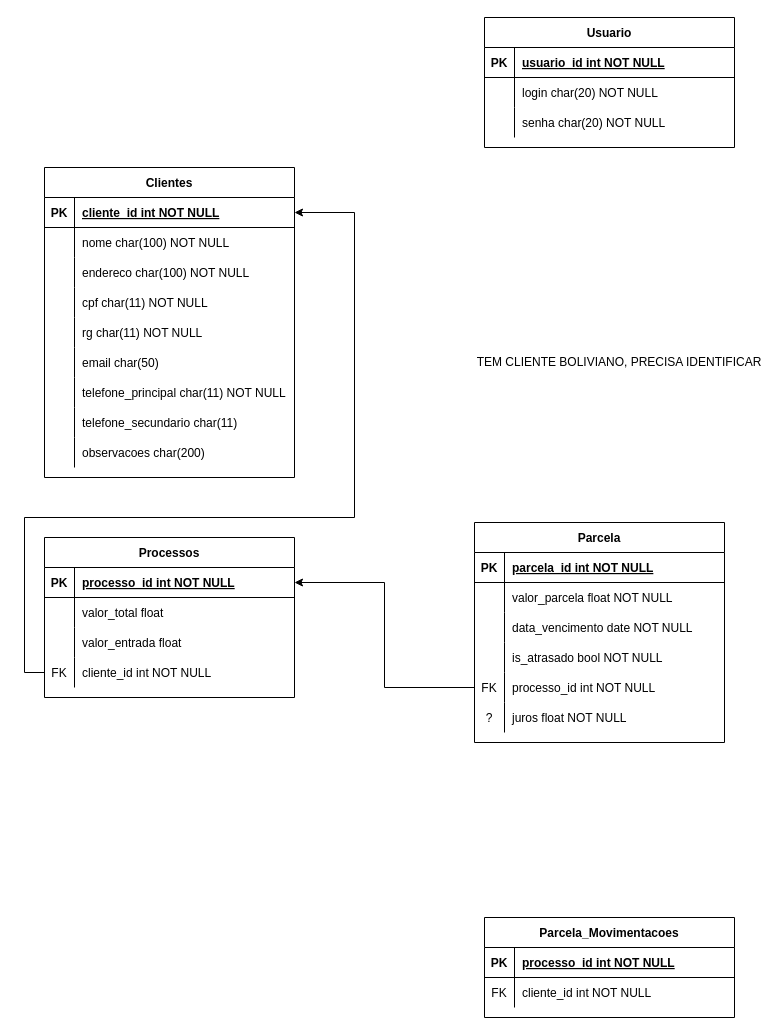
Before: flask/app/docs/db/DB.drawio in lamfsantos/controle-financeiro, a draw.io diagram. Source tidied: cells renumbered, new cells numbered last; positions are measured from the earlier drawing's top-left corner, leaving out a move shared by most shapes. Both pictures are drawn from the tidied source at 100%, with x=0, y=0 at pixel (24, 17).
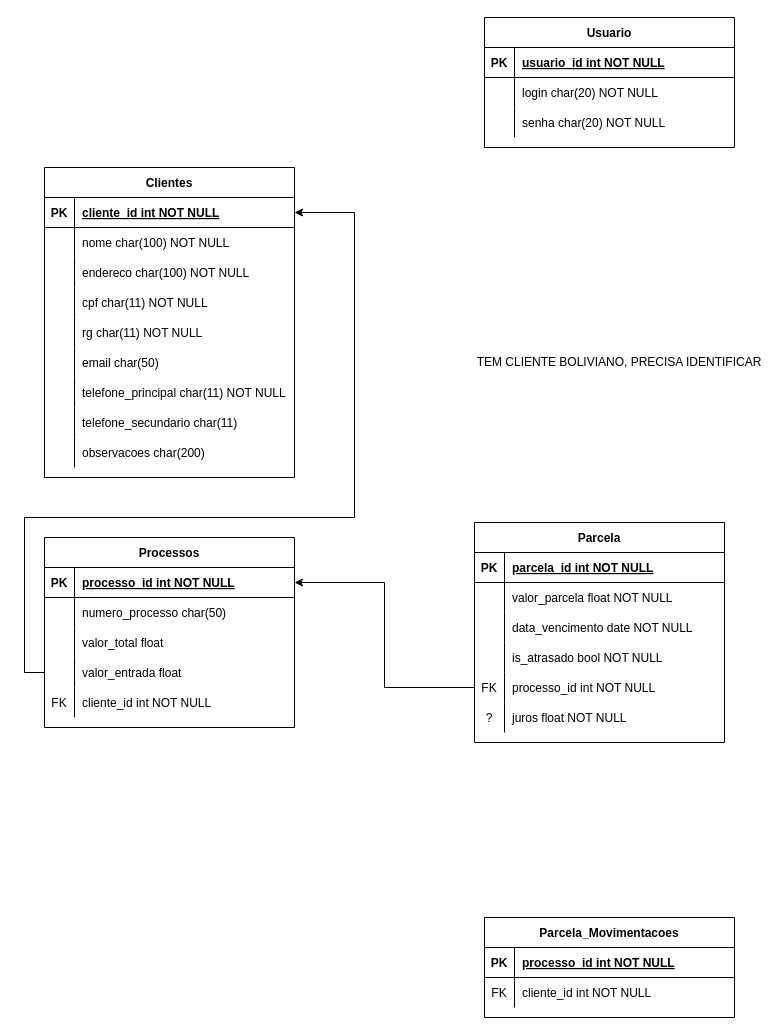
Above is the later version.

Commit message (it also covers changes not shown here):
CRUD pra Processo no Python, ainda precisa terminar de testar

Unchanged cells that the change refers to:
```xml
<mxCell id="34" style="shape=partialRectangle;fillColor=none;top=0;left=0;right=0;bottom=0;" parent="30" vertex="1">
  <mxGeometry y="60" width="250" height="30" as="geometry" />
</mxCell>
```

Diff of the diagram source:
```diff
@@
     <mxCell id="30" value="Processos" style="shape=table;startSize=30;childLayout=tableLayout;rowLines=0;fontStyle=1;align=center;" parent="1" vertex="1">
-      <mxGeometry x="20" y="520" width="250" height="160" as="geometry" />
+      <mxGeometry x="20" y="520" width="250" height="190" as="geometry" />
     </mxCell>
@@
-    <mxCell id="36" value="valor_total float" style="shape=partialRectangle;overflow=hidden;fillColor=none;top=0;left=0;bottom=0;right=0;align=left;spacingLeft=6;" parent="34" vertex="1">
+    <mxCell id="36" value="numero_processo char(50)" style="shape=partialRectangle;overflow=hidden;fillColor=none;top=0;left=0;bottom=0;right=0;align=left;spacingLeft=6;" parent="34" vertex="1">
       <mxGeometry x="30" width="220" height="30" as="geometry" />
     </mxCell>
+    <mxCell id="82" style="shape=partialRectangle;fillColor=none;top=0;left=0;right=0;bottom=0;" parent="30" vertex="1">
+      <mxGeometry y="90" width="250" height="30" as="geometry" />
+    </mxCell>
+    <mxCell id="83" style="shape=partialRectangle;overflow=hidden;fillColor=none;top=0;left=0;bottom=0;right=0;" parent="82" vertex="1">
+      <mxGeometry width="30" height="30" as="geometry" />
+    </mxCell>
+    <mxCell id="84" value="valor_total float" style="shape=partialRectangle;overflow=hidden;fillColor=none;top=0;left=0;bottom=0;right=0;align=left;spacingLeft=6;" parent="82" vertex="1">
+      <mxGeometry x="30" width="220" height="30" as="geometry" />
+    </mxCell>
     <mxCell id="37" style="shape=partialRectangle;fillColor=none;top=0;left=0;right=0;bottom=0;" parent="30" vertex="1">
-      <mxGeometry y="90" width="250" height="30" as="geometry" />
+      <mxGeometry y="120" width="250" height="30" as="geometry" />
     </mxCell>
@@
     <mxCell id="40" style="shape=partialRectangle;fillColor=none;points=[[0,0.5],[1,0.5]];portConstraint=eastwest;top=0;left=0;right=0;bottom=0;" parent="30" vertex="1">
-      <mxGeometry y="120" width="250" height="30" as="geometry" />
+      <mxGeometry y="150" width="250" height="30" as="geometry" />
     </mxCell>
```
